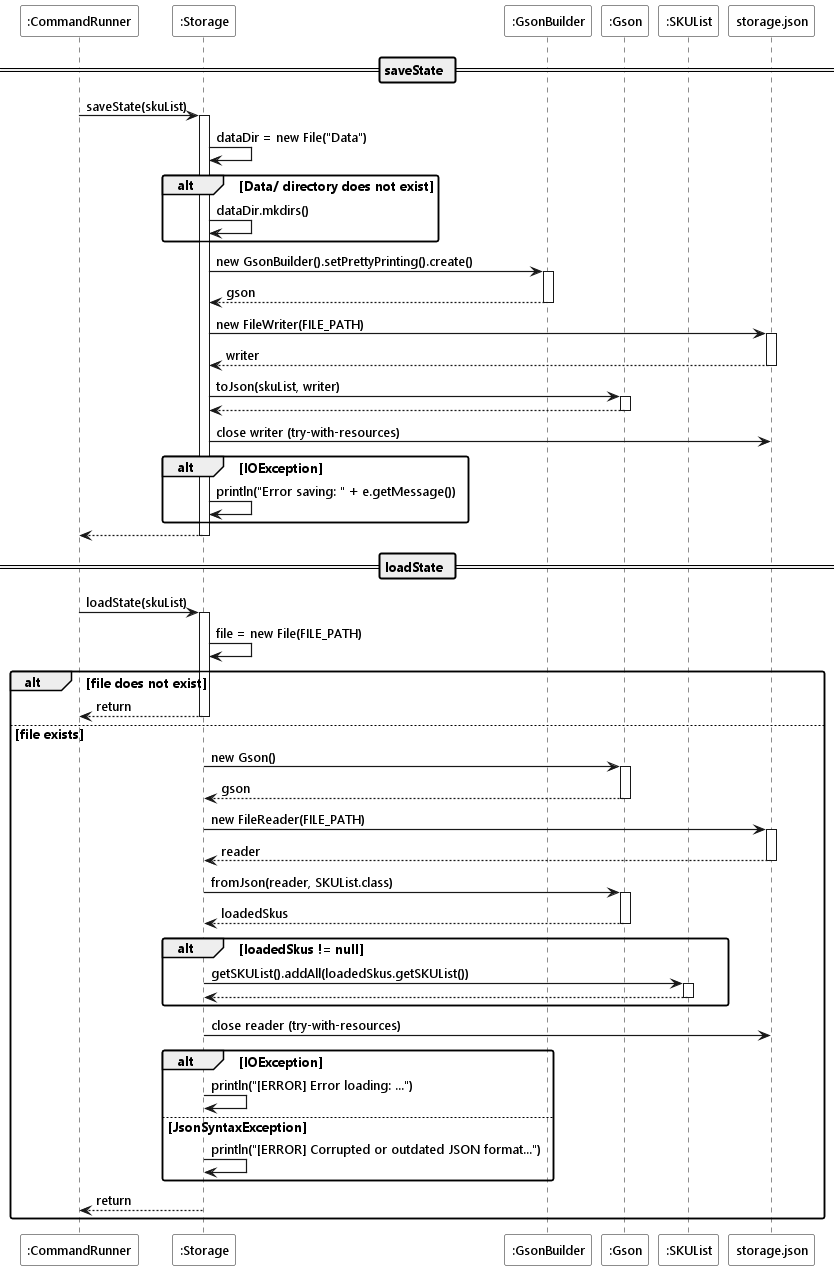
Earlier version of the PlantUML export docs/diagrams/storage-system/storageSequence.png (heehaw1234/tp).
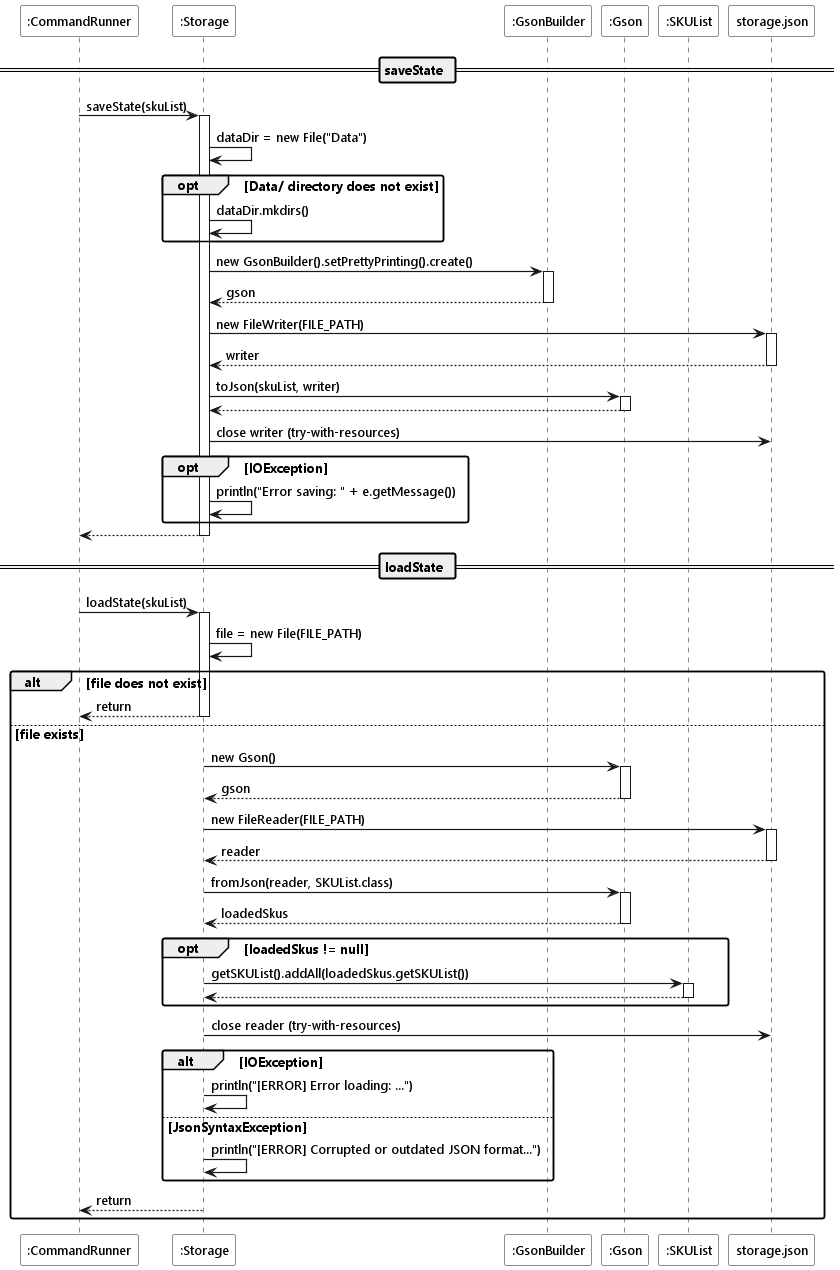
The same file after the commit.

What changed in the source:
```diff
@@ -14,7 +14,7 @@
 
 storage -> storage : dataDir = new File("Data")
 
-alt Data/ directory does not exist
+opt Data/ directory does not exist
     storage -> storage : dataDir.mkdirs()
 end
 
@@ -29,7 +29,7 @@
 
 storage -> file : close writer (try-with-resources)
 
-alt IOException
+opt IOException
     storage -> storage : println("Error saving: " + e.getMessage())
 end
 
@@ -55,7 +55,7 @@
     storage -> gson ++ : fromJson(reader, SKUList.class)
     return loadedSkus
 
-    alt loadedSkus != null
+    opt loadedSkus != null
         storage -> skuList ++ : getSKUList().addAll(loadedSkus.getSKUList())
         return
     end
```
